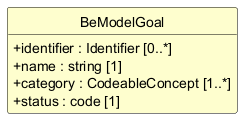
caresets/caresets-src keeps this PlantUML diagram as exports/diagrams/BeModelGoal-uml.png. Above is the earlier version. The source it was exported from:
```plantuml
@startuml
skinparam shadowing false
skinparam classAttributeIconSize 0
skinparam linetype ortho
skinparam class {
  BackgroundColor #FEFECE
  BorderColor #000000
  ArrowColor #000000
  FontStyle bold
  AttributeFontStyle normal
}
hide circle
hide empty members

class "BeModelGoal" as BeModelGoal {
  +identifier : Identifier [0..*]
  +name : string [1]
  +category : CodeableConcept [1..*]
  +status : code [1]
}

@enduml
```
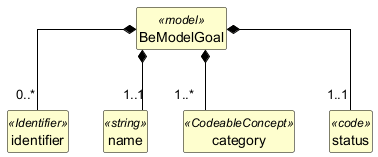
The same file after the commit.

Diff of the diagram source:
```diff
@@ -12,11 +12,23 @@
 hide circle
 hide empty members
 
-class "BeModelGoal" as BeModelGoal {
-  +identifier : Identifier [0..*]
-  +name : string [1]
-  +category : CodeableConcept [1..*]
-  +status : code [1]
+class "BeModelGoal" as BeModelGoal <<model>> {
 }
 
+class "identifier" as BeModelGoal_identifier <<Identifier>> {
+}
+
+class "name" as BeModelGoal_name <<string>> {
+}
+
+class "category" as BeModelGoal_category <<CodeableConcept>> {
+}
+
+class "status" as BeModelGoal_status <<code>> {
+}
+
+BeModelGoal *-- "0..*" BeModelGoal_identifier
+BeModelGoal *-- "1..1" BeModelGoal_name
+BeModelGoal *-- "1..*" BeModelGoal_category
+BeModelGoal *-- "1..1" BeModelGoal_status
 @enduml
```
